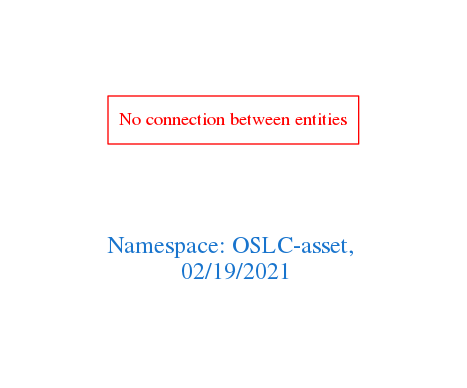
Before: downloads/OSLC-asset.png, a diagram exported from Graphviz (arago/OGIT). Its source is kept beside it as downloads/OSLC-asset.dot.
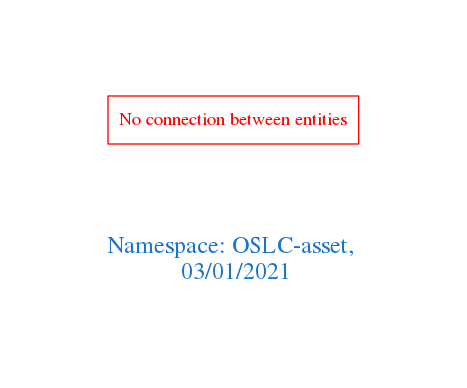
Later version of the same file.

Change to the diagram source:
```diff
@@ -1,7 +1,7 @@
 digraph OGIT_ontology {
  graph [ rankdir= LR,pad=1
 fontsize = 18,
-fontcolor= dodgerblue3,label = "\n\n\nNamespace: OSLC-asset, \n 02/19/2021"];
+fontcolor= dodgerblue3,label = "\n\n\nNamespace: OSLC-asset, \n 03/01/2021"];
 node[shape=polygon];
 edge [  color="gray81"];
 
```
